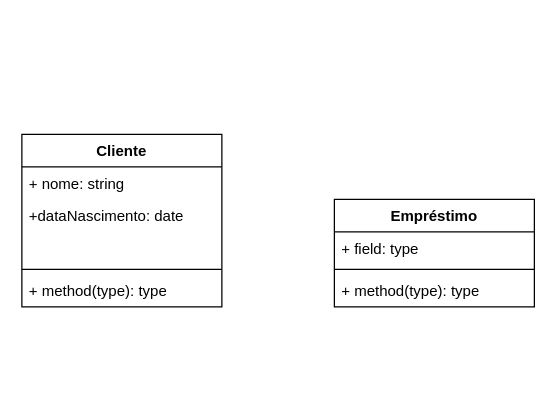
Earlier version of the draw.io diagram docs/diagramas/Classes.drawio (liliankelian/ON36-IJS-KLBank). Source tidied: cells renumbered, new cells numbered last; positions are measured from the earlier drawing's top-left corner, leaving out a move shared by most shapes. Both pictures are drawn from the tidied source at 125%, with x=0, y=0 at pixel (21, 134).
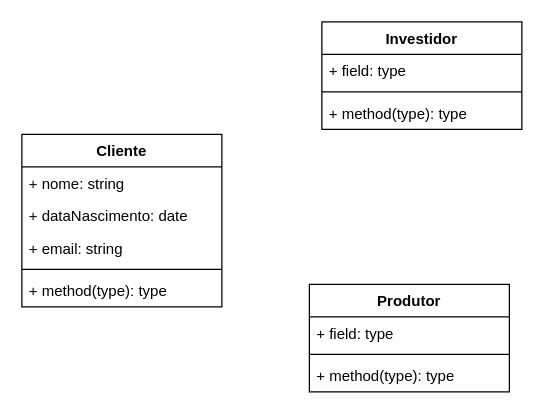
The same diagram, later.

Commit message:
cliente, investidor e emprestimo

What changed in the source:
```diff
@@
 <mxGraphModel>
   <root>
     <mxCell id="0" />
     <mxCell id="1" parent="0" />
     <mxCell id="2" value="Cliente" style="swimlane;fontStyle=1;align=center;verticalAlign=top;horizontal=1;startSize=26;whiteSpace=wrap;html=1;" parent="1" vertex="1">
       <mxGeometry width="160" height="138" as="geometry" />
     </mxCell>
     <mxCell id="3" value="+ nome: string" style="text;strokeColor=none;fillColor=none;align=left;verticalAlign=top;spacingLeft=4;spacingRight=4;overflow=hidden;whiteSpace=wrap;html=1;" parent="2" vertex="1">
       <mxGeometry y="26" width="160" height="26" as="geometry" />
     </mxCell>
-    <mxCell id="4" value="+dataNascimento: date" style="text;strokeColor=none;fillColor=none;align=left;verticalAlign=top;spacingLeft=4;spacingRight=4;overflow=hidden;whiteSpace=wrap;html=1;" parent="2" vertex="1">
+    <mxCell id="4" value="+ dataNascimento: date" style="text;strokeColor=none;fillColor=none;align=left;verticalAlign=top;spacingLeft=4;spacingRight=4;overflow=hidden;whiteSpace=wrap;html=1;" parent="2" vertex="1">
       <mxGeometry y="52" width="160" height="26" as="geometry" />
     </mxCell>
-    <mxCell id="5" style="text;strokeColor=none;fillColor=none;align=left;verticalAlign=top;spacingLeft=4;spacingRight=4;overflow=hidden;whiteSpace=wrap;html=1;" parent="2" vertex="1">
+    <mxCell id="5" value="+ email: string" style="text;strokeColor=none;fillColor=none;align=left;verticalAlign=top;spacingLeft=4;spacingRight=4;overflow=hidden;whiteSpace=wrap;html=1;" parent="2" vertex="1">
       <mxGeometry y="78" width="160" height="26" as="geometry" />
     </mxCell>
     <mxCell id="6" style="line;strokeWidth=1;fillColor=none;align=left;verticalAlign=middle;spacingTop=-1;spacingLeft=3;spacingRight=3;labelPosition=right;strokeColor=inherit;" parent="2" vertex="1">
       <mxGeometry y="104" width="160" height="8" as="geometry" />
     </mxCell>
     <mxCell id="7" value="+ method(type): type" style="text;strokeColor=none;fillColor=none;align=left;verticalAlign=top;spacingLeft=4;spacingRight=4;overflow=hidden;whiteSpace=wrap;html=1;" parent="2" vertex="1">
       <mxGeometry y="112" width="160" height="26" as="geometry" />
     </mxCell>
-    <mxCell id="8" value="Empréstimo" style="swimlane;fontStyle=1;align=center;verticalAlign=top;horizontal=1;startSize=26;whiteSpace=wrap;html=1;" parent="1" vertex="1">
-      <mxGeometry x="250" y="52" width="160" height="86" as="geometry" />
-    </mxCell>
-    <mxCell id="9" value="+ field: type" style="text;strokeColor=none;fillColor=none;align=left;verticalAlign=top;spacingLeft=4;spacingRight=4;overflow=hidden;whiteSpace=wrap;html=1;" parent="8" vertex="1">
-      <mxGeometry y="26" width="160" height="26" as="geometry" />
-    </mxCell>
-    <mxCell id="10" style="line;strokeWidth=1;fillColor=none;align=left;verticalAlign=middle;spacingTop=-1;spacingLeft=3;spacingRight=3;labelPosition=right;strokeColor=inherit;" parent="8" vertex="1">
-      <mxGeometry y="52" width="160" height="8" as="geometry" />
-    </mxCell>
-    <mxCell id="11" value="+ method(type): type" style="text;strokeColor=none;fillColor=none;align=left;verticalAlign=top;spacingLeft=4;spacingRight=4;overflow=hidden;whiteSpace=wrap;html=1;" parent="8" vertex="1">
-      <mxGeometry y="60" width="160" height="26" as="geometry" />
-    </mxCell>
+    <mxCell id="12" value="Investidor" style="swimlane;fontStyle=1;align=center;verticalAlign=top;horizontal=1;startSize=26;whiteSpace=wrap;html=1;" parent="1" vertex="1">
+      <mxGeometry x="240" y="-90" width="160" height="86" as="geometry" />
+    </mxCell>
+    <mxCell id="13" value="+ field: type" style="text;strokeColor=none;fillColor=none;align=left;verticalAlign=top;spacingLeft=4;spacingRight=4;overflow=hidden;whiteSpace=wrap;html=1;" parent="12" vertex="1">
+      <mxGeometry y="26" width="160" height="26" as="geometry" />
+    </mxCell>
+    <mxCell id="14" style="line;strokeWidth=1;fillColor=none;align=left;verticalAlign=middle;spacingTop=-1;spacingLeft=3;spacingRight=3;labelPosition=right;strokeColor=inherit;" parent="12" vertex="1">
+      <mxGeometry y="52" width="160" height="8" as="geometry" />
+    </mxCell>
+    <mxCell id="15" value="+ method(type): type" style="text;strokeColor=none;fillColor=none;align=left;verticalAlign=top;spacingLeft=4;spacingRight=4;overflow=hidden;whiteSpace=wrap;html=1;" parent="12" vertex="1">
+      <mxGeometry y="60" width="160" height="26" as="geometry" />
+    </mxCell>
+    <mxCell id="16" value="Produtor" style="swimlane;fontStyle=1;align=center;verticalAlign=top;horizontal=1;startSize=26;whiteSpace=wrap;html=1;" parent="1" vertex="1">
+      <mxGeometry x="230" y="120" width="160" height="86" as="geometry" />
+    </mxCell>
+    <mxCell id="17" value="+ field: type" style="text;strokeColor=none;fillColor=none;align=left;verticalAlign=top;spacingLeft=4;spacingRight=4;overflow=hidden;whiteSpace=wrap;html=1;" parent="16" vertex="1">
+      <mxGeometry y="26" width="160" height="26" as="geometry" />
+    </mxCell>
+    <mxCell id="18" style="line;strokeWidth=1;fillColor=none;align=left;verticalAlign=middle;spacingTop=-1;spacingLeft=3;spacingRight=3;labelPosition=right;strokeColor=inherit;" parent="16" vertex="1">
+      <mxGeometry y="52" width="160" height="8" as="geometry" />
+    </mxCell>
+    <mxCell id="19" value="+ method(type): type" style="text;strokeColor=none;fillColor=none;align=left;verticalAlign=top;spacingLeft=4;spacingRight=4;overflow=hidden;whiteSpace=wrap;html=1;" parent="16" vertex="1">
+      <mxGeometry y="60" width="160" height="26" as="geometry" />
+    </mxCell>
   </root>
 </mxGraphModel>
```
